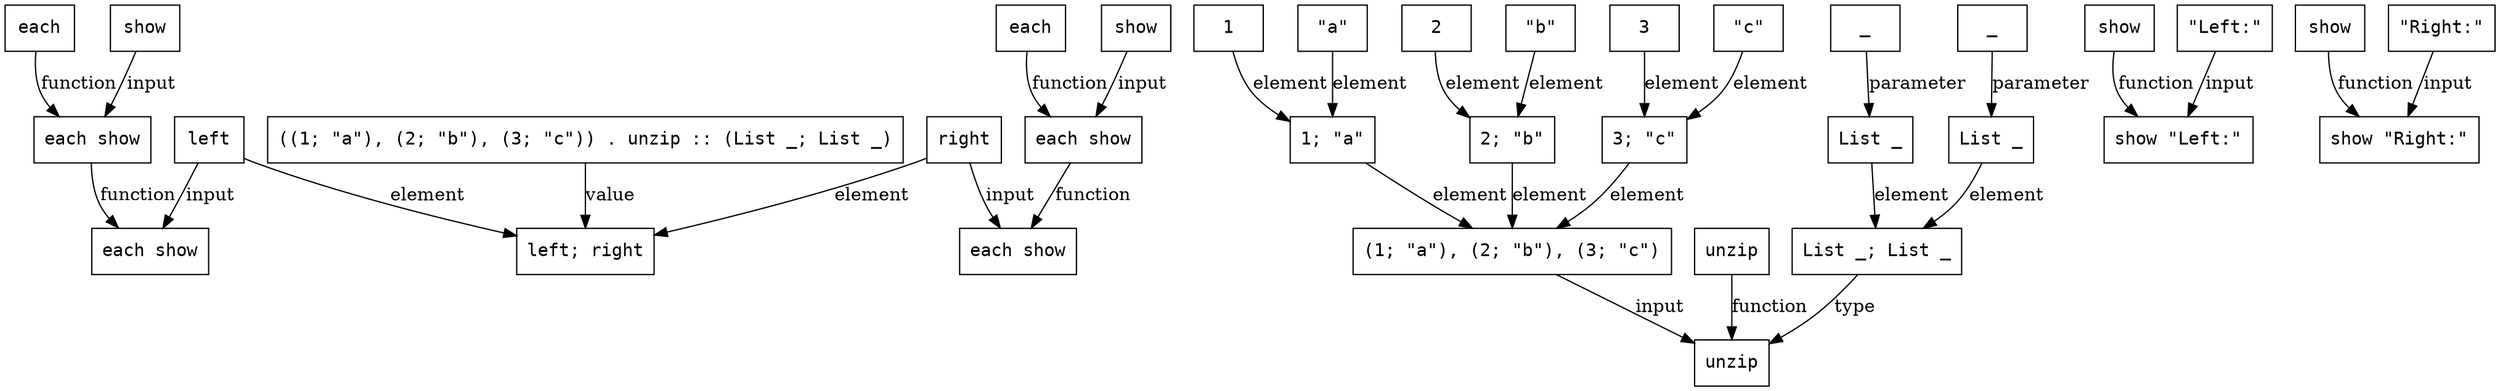
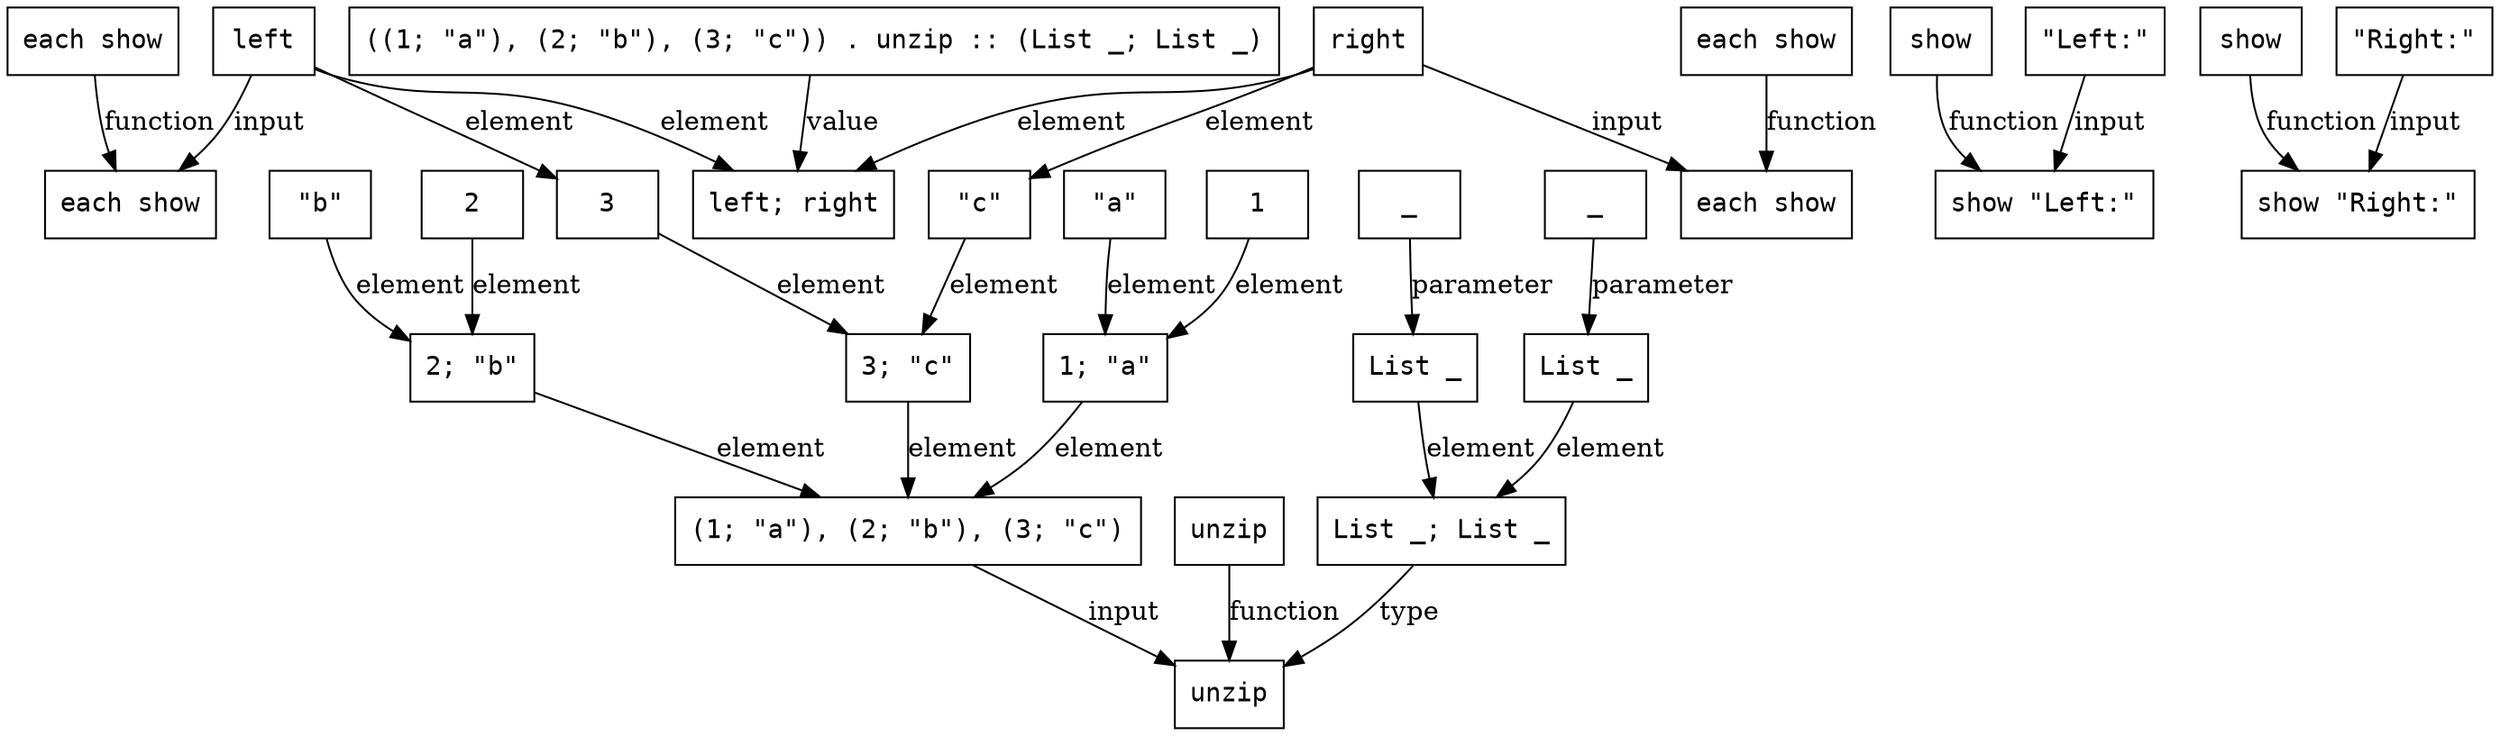
digraph G {
  node [shape=box, fontname=monospace]
  node_2_7 [label="((1; \"a\"), (2; \"b\"), (3; \"c\")) . unzip :: (List _; List _)"]
  node_2_9 [label="unzip"]
  node_2_10 [label="(1; \"a\"), (2; \"b\"), (3; \"c\")"]
  node_2_11 [label="unzip"]
  node_2_13 [label="1; \"a\""]
  node_2_14 [label="2; \"b\""]
  node_2_15 [label="3; \"c\""]
  node_2_18 [label="3"]
  node_2_20 [label="\"c\""]
  node_2_24 [label="2"]
  node_2_26 [label="\"b\""]
  node_2_30 [label="1"]
  node_2_32 [label="\"a\""]
  node_2_35 [label="List _; List _"]
  node_2_36 [label="List _"]
  node_2_37 [label="_"]
  node_2_38 [label="List _"]
  node_2_39 [label="_"]
  node_2_40 [label="left; right"]
  node_2_42 [label="left"]
  node_2_44 [label="right"]
  node_2_45 [label="show \"Left:\""]
  node_2_46 [label="show"]
  node_2_47 [label="\"Left:\""]
  node_2_50 [label="each show"]
  node_2_52 [label="each show"]
-   node_2_53 [label="each"]
-   node_2_54 [label="show"]
  node_2_55 [label="show \"Right:\""]
  node_2_56 [label="show"]
  node_2_57 [label="\"Right:\""]
  node_2_60 [label="each show"]
  node_2_62 [label="each show"]
-   node_2_63 [label="each"]
-   node_2_64 [label="show"]
  node_2_7 -> node_2_40 [label="value"]
  node_2_10 -> node_2_9 [label="input"]
  node_2_11 -> node_2_9 [label="function"]
  node_2_13 -> node_2_10 [label="element"]
  node_2_14 -> node_2_10 [label="element"]
  node_2_15 -> node_2_10 [label="element"]
  node_2_18 -> node_2_15 [label="element"]
  node_2_20 -> node_2_15 [label="element"]
  node_2_24 -> node_2_14 [label="element"]
  node_2_26 -> node_2_14 [label="element"]
  node_2_30 -> node_2_13 [label="element"]
  node_2_32 -> node_2_13 [label="element"]
  node_2_35 -> node_2_9 [label="type"]
  node_2_36 -> node_2_35 [label="element"]
  node_2_37 -> node_2_36 [label="parameter"]
  node_2_38 -> node_2_35 [label="element"]
  node_2_39 -> node_2_38 [label="parameter"]
+   node_2_42 -> node_2_18 [label="element"]
  node_2_42 -> node_2_40 [label="element"]
  node_2_42 -> node_2_50 [label="input"]
+   node_2_44 -> node_2_20 [label="element"]
  node_2_44 -> node_2_40 [label="element"]
  node_2_44 -> node_2_60 [label="input"]
  node_2_46 -> node_2_45 [label="function"]
  node_2_47 -> node_2_45 [label="input"]
  node_2_52 -> node_2_50 [label="function"]
-   node_2_53 -> node_2_52 [label="function"]
-   node_2_54 -> node_2_52 [label="input"]
  node_2_56 -> node_2_55 [label="function"]
  node_2_57 -> node_2_55 [label="input"]
  node_2_62 -> node_2_60 [label="function"]
-   node_2_63 -> node_2_62 [label="function"]
-   node_2_64 -> node_2_62 [label="input"]
}
